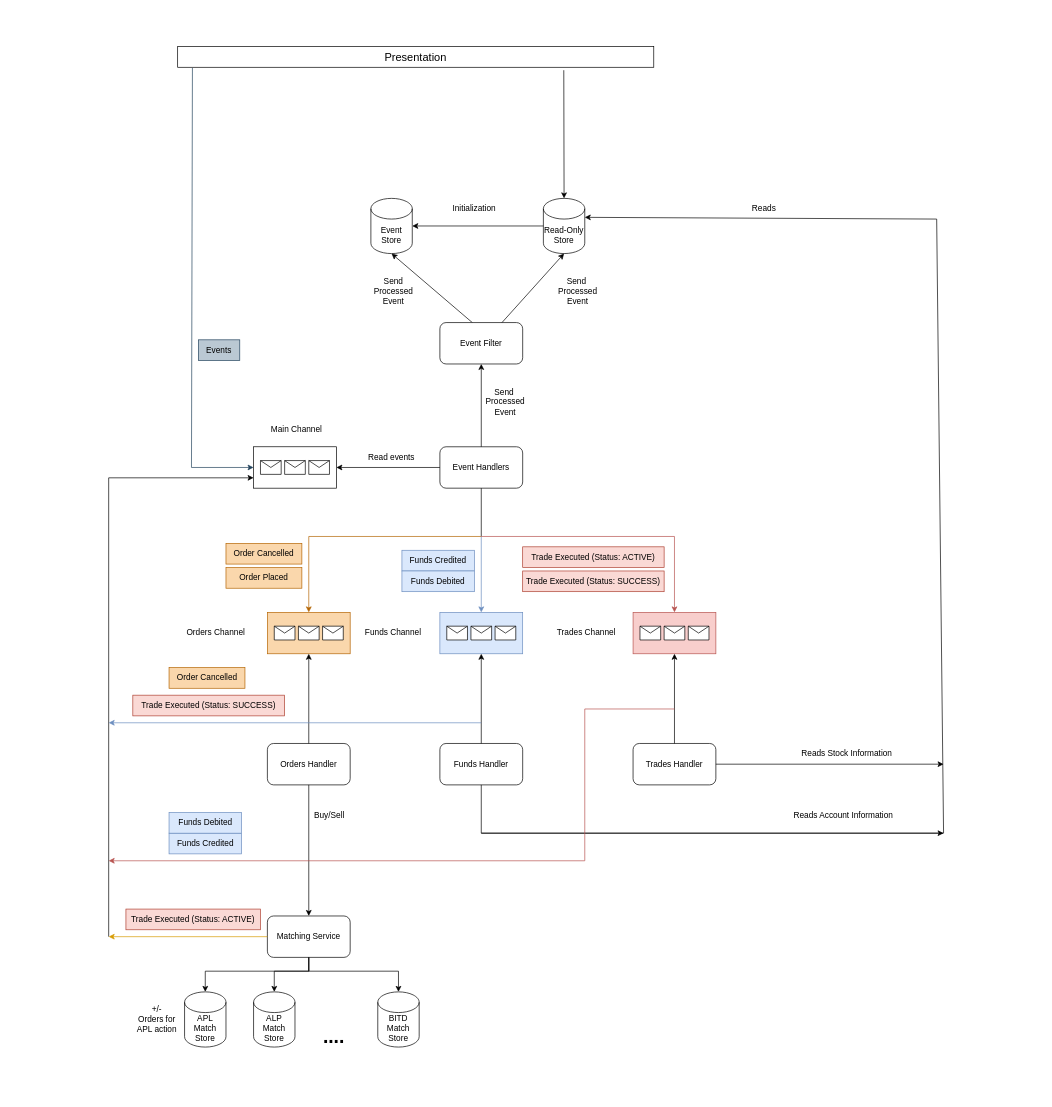
Raul072103/TradingApp keeps this draw.io diagram as docs/trading_system.drawio. Above is the earlier version. Source tidied: cells renumbered, new cells numbered last; positions are measured from the earlier drawing's top-left corner, leaving out a move shared by most shapes. Both pictures are drawn from the tidied source at 69%, with x=0, y=0 at pixel (108, 46).
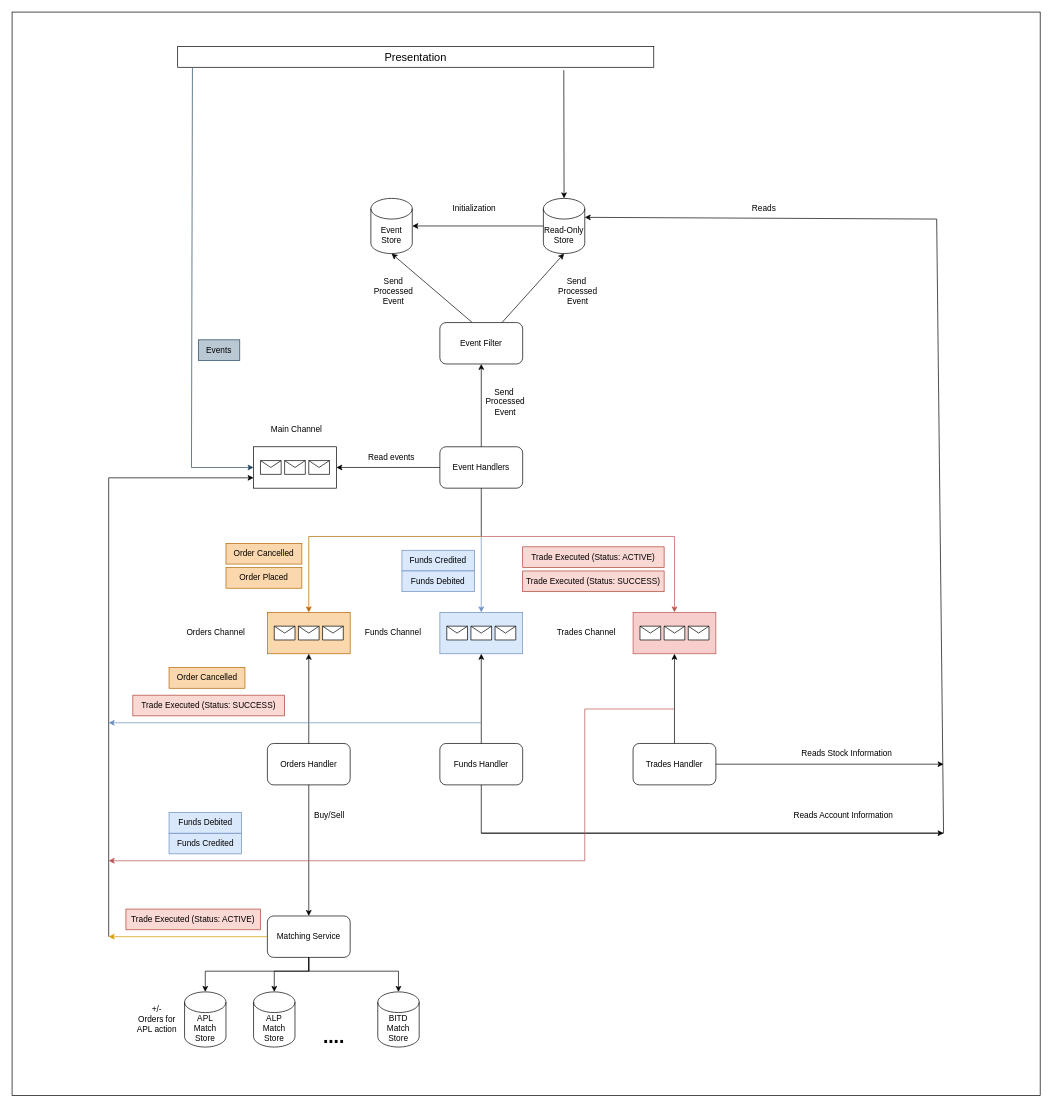
The same page after the edit.

Change to the diagram source:
```diff
@@
+    <mxCell id="82" style="rounded=0;whiteSpace=wrap;html=1;" parent="1" vertex="1">
+      <mxGeometry x="-140" y="-50" width="1490" height="1570" as="geometry" />
+    </mxCell>
```
